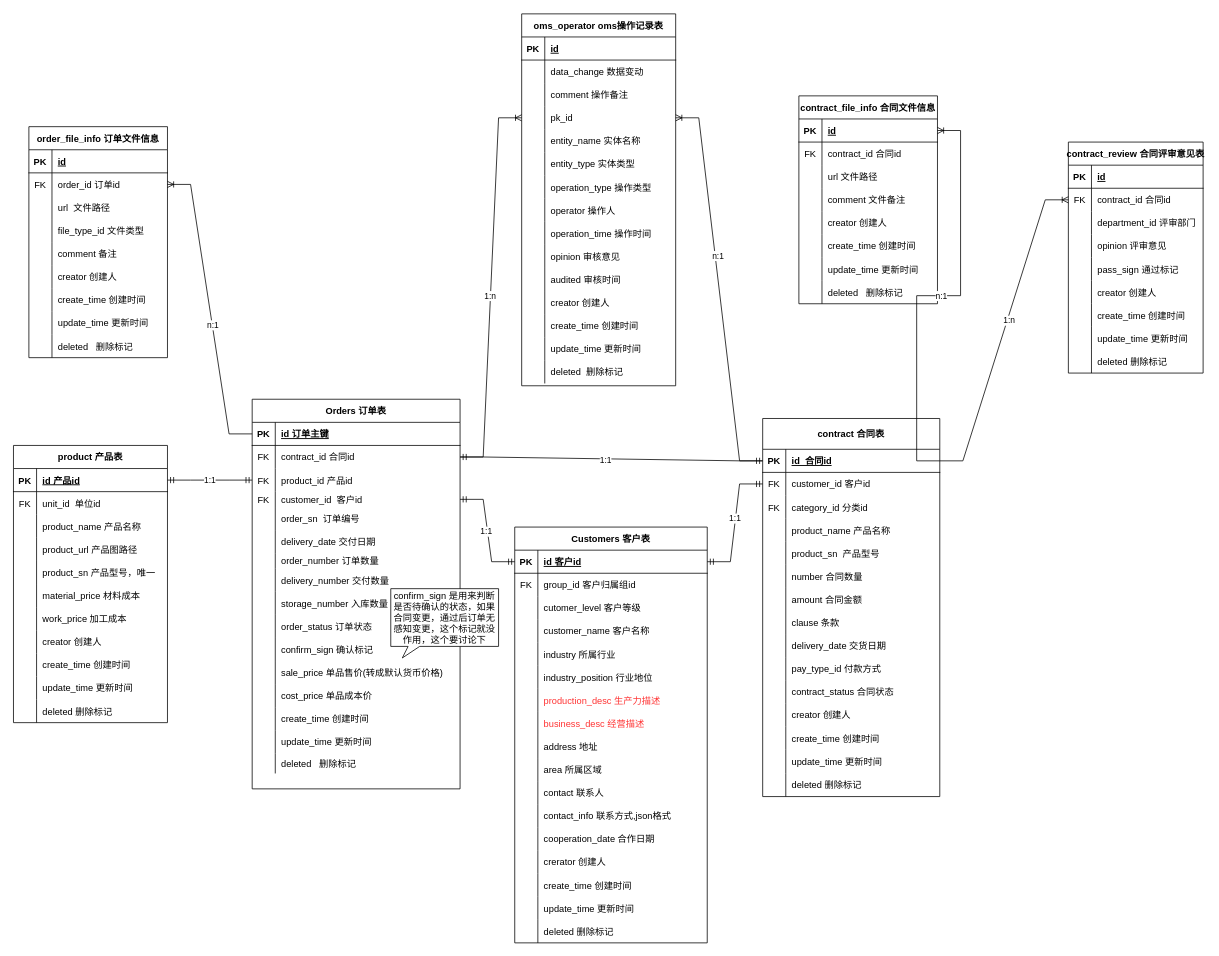
This is OMS/OMS_ER.drawio from Jorwe/UML, a draw.io file, before an edit. Source tidied: cells renumbered, new cells numbered last; positions are measured from the earlier drawing's top-left corner, leaving out a move shared by most shapes. Both pictures are drawn from the tidied source at 77%, with x=0, y=0 at pixel (13, 14).
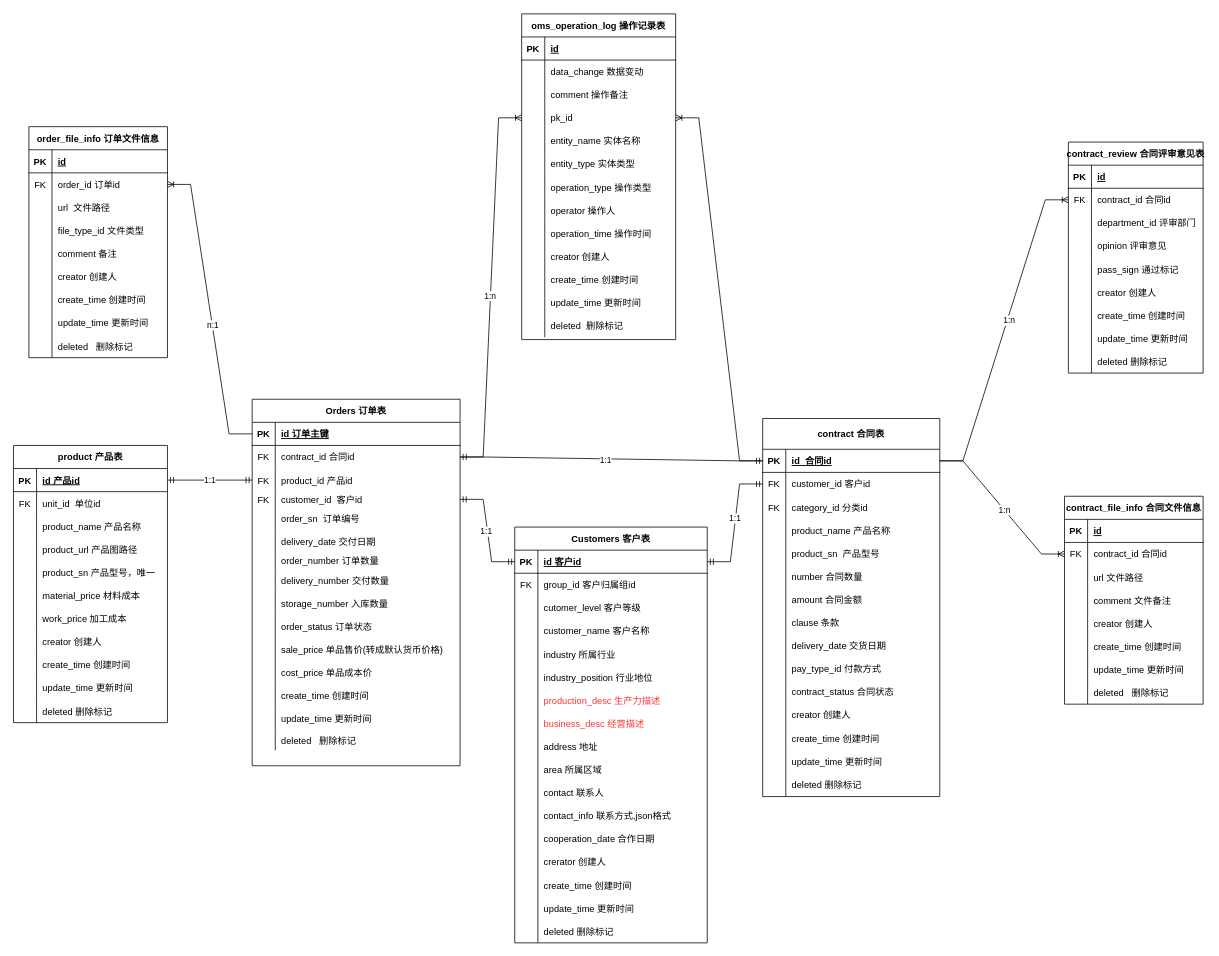
The same page after the edit.

The change refers to these unchanged cells:
```xml
<mxCell id="142" style="shape=tableRow;horizontal=0;startSize=0;swimlaneHead=0;swimlaneBody=0;fillColor=none;points=[[0,0.5],[1,0.5]];portConstraint=eastwest;top=0;left=0;right=0;bottom=1;" parent="141" vertex="1">
  <mxGeometry y="40" width="230" height="30" as="geometry" />
</mxCell>
<mxCell id="297" style="edgeStyle=entityRelationEdgeStyle;fontSize=12;html=1;endArrow=ERoneToMany;rounded=0;entryX=1;entryY=0.5;entryDx=0;entryDy=0;" parent="1" edge="1" source="142" target="231">
  <mxGeometry relative="1" as="geometry" />
</mxCell>
<mxCell id="301" style="shape=tableRow;horizontal=0;startSize=0;swimlaneHead=0;swimlaneBody=0;fillColor=none;points=[[0,0.5],[1,0.5]];portConstraint=eastwest;top=0;left=0;right=0;bottom=1;" parent="300" vertex="1">
  <mxGeometry y="30" width="180" height="30" as="geometry" />
</mxCell>
<mxCell id="304" style="shape=tableRow;horizontal=0;startSize=0;swimlaneHead=0;swimlaneBody=0;fillColor=none;points=[[0,0.5],[1,0.5]];portConstraint=eastwest;top=0;left=0;right=0;bottom=0;" parent="300" vertex="1">
  <mxGeometry y="60" width="180" height="30" as="geometry" />
</mxCell>
```

What changed in the source:
```diff
@@
     <mxCell id="88" value="Orders 订单表" style="shape=table;startSize=30;childLayout=tableLayout;rowLines=0;fontStyle=1;align=center;" parent="1" vertex="1">
-      <mxGeometry x="310" y="500" width="270" height="506" as="geometry" />
+      <mxGeometry x="310" y="500" width="270" height="476" as="geometry" />
     </mxCell>
@@
-    <mxCell id="119" style="shape=tableRow;horizontal=0;startSize=0;swimlaneHead=0;swimlaneBody=0;fillColor=none;top=0;left=0;right=0;bottom=0;" parent="88" vertex="1">
-      <mxGeometry y="310" width="270" height="30" as="geometry" />
-    </mxCell>
-    <mxCell id="120" style="shape=partialRectangle;fillColor=none;top=0;left=0;bottom=0;right=0;overflow=hidden;" parent="119" vertex="1">
-      <mxGeometry width="30" height="30" as="geometry" />
-    </mxCell>
-    <mxCell id="121" value="confirm_sign 确认标记" style="shape=partialRectangle;fillColor=none;top=0;left=0;bottom=0;right=0;align=left;spacingLeft=6;overflow=hidden;" parent="119" vertex="1">
-      <mxGeometry x="30" width="240" height="30" as="geometry" />
-    </mxCell>
     <mxCell id="122" style="shape=tableRow;horizontal=0;startSize=0;swimlaneHead=0;swimlaneBody=0;fillColor=none;top=0;left=0;right=0;bottom=0;" parent="88" vertex="1">
-      <mxGeometry y="340" width="270" height="30" as="geometry" />
+      <mxGeometry y="310" width="270" height="30" as="geometry" />
     </mxCell>
@@
     <mxCell id="125" style="shape=tableRow;horizontal=0;startSize=0;swimlaneHead=0;swimlaneBody=0;fillColor=none;top=0;left=0;right=0;bottom=0;" parent="88" vertex="1">
-      <mxGeometry y="370" width="270" height="30" as="geometry" />
+      <mxGeometry y="340" width="270" height="30" as="geometry" />
     </mxCell>
@@
     <mxCell id="128" style="shape=tableRow;horizontal=0;startSize=0;swimlaneHead=0;swimlaneBody=0;fillColor=none;top=0;left=0;right=0;bottom=0;" parent="88" vertex="1">
-      <mxGeometry y="400" width="270" height="30" as="geometry" />
+      <mxGeometry y="370" width="270" height="30" as="geometry" />
     </mxCell>
@@
     <mxCell id="131" style="shape=tableRow;horizontal=0;startSize=0;swimlaneHead=0;swimlaneBody=0;fillColor=none;top=0;left=0;right=0;bottom=0;" parent="88" vertex="1">
-      <mxGeometry y="430" width="270" height="30" as="geometry" />
+      <mxGeometry y="400" width="270" height="30" as="geometry" />
     </mxCell>
@@
     <mxCell id="134" style="shape=tableRow;horizontal=0;startSize=0;swimlaneHead=0;swimlaneBody=0;fillColor=none;top=0;left=0;right=0;bottom=0;" parent="88" vertex="1">
-      <mxGeometry y="460" width="270" height="26" as="geometry" />
+      <mxGeometry y="430" width="270" height="26" as="geometry" />
     </mxCell>
@@
-    <mxCell id="221" value="oms_operator oms操作记录表" style="shape=table;startSize=30;childLayout=tableLayout;rowLines=0;fontStyle=1;align=center;" parent="1" vertex="1">
-      <mxGeometry x="660" y="-0.5" width="200" height="483" as="geometry" />
+    <mxCell id="221" value="oms_operation_log 操作记录表" style="shape=table;startSize=30;childLayout=tableLayout;rowLines=0;fontStyle=1;align=center;" parent="1" vertex="1">
+      <mxGeometry x="660" y="-0.5" width="200" height="423" as="geometry" />
     </mxCell>
@@
-    <mxCell id="249" style="shape=tableRow;horizontal=0;startSize=0;swimlaneHead=0;swimlaneBody=0;fillColor=none;top=0;left=0;right=0;bottom=0;" parent="221" vertex="1">
-      <mxGeometry y="300" width="200" height="30" as="geometry" />
-    </mxCell>
-    <mxCell id="250" style="shape=partialRectangle;fillColor=none;top=0;left=0;bottom=0;right=0;overflow=hidden;" parent="249" vertex="1">
-      <mxGeometry width="30" height="30" as="geometry" />
-    </mxCell>
-    <mxCell id="251" value="opinion 审核意见" style="shape=partialRectangle;fillColor=none;top=0;left=0;bottom=0;right=0;align=left;spacingLeft=6;overflow=hidden;" parent="249" vertex="1">
-      <mxGeometry x="30" width="170" height="30" as="geometry" />
-    </mxCell>
-    <mxCell id="252" style="shape=tableRow;horizontal=0;startSize=0;swimlaneHead=0;swimlaneBody=0;fillColor=none;top=0;left=0;right=0;bottom=0;" parent="221" vertex="1">
-      <mxGeometry y="330" width="200" height="30" as="geometry" />
-    </mxCell>
-    <mxCell id="253" style="shape=partialRectangle;fillColor=none;top=0;left=0;bottom=0;right=0;overflow=hidden;" parent="252" vertex="1">
-      <mxGeometry width="30" height="30" as="geometry" />
-    </mxCell>
-    <mxCell id="254" value="audited 审核时间" style="shape=partialRectangle;fillColor=none;top=0;left=0;bottom=0;right=0;align=left;spacingLeft=6;overflow=hidden;" parent="252" vertex="1">
-      <mxGeometry x="30" width="170" height="30" as="geometry" />
-    </mxCell>
     <mxCell id="255" style="shape=tableRow;horizontal=0;startSize=0;swimlaneHead=0;swimlaneBody=0;fillColor=none;top=0;left=0;right=0;bottom=0;" parent="221" vertex="1">
-      <mxGeometry y="360" width="200" height="30" as="geometry" />
+      <mxGeometry y="300" width="200" height="30" as="geometry" />
     </mxCell>
@@
     <mxCell id="258" style="shape=tableRow;horizontal=0;startSize=0;swimlaneHead=0;swimlaneBody=0;fillColor=none;top=0;left=0;right=0;bottom=0;" parent="221" vertex="1">
-      <mxGeometry y="390" width="200" height="30" as="geometry" />
+      <mxGeometry y="330" width="200" height="30" as="geometry" />
     </mxCell>
@@
     <mxCell id="261" style="shape=tableRow;horizontal=0;startSize=0;swimlaneHead=0;swimlaneBody=0;fillColor=none;top=0;left=0;right=0;bottom=0;" parent="221" vertex="1">
-      <mxGeometry y="420" width="200" height="30" as="geometry" />
+      <mxGeometry y="360" width="200" height="30" as="geometry" />
     </mxCell>
@@
     <mxCell id="264" style="shape=tableRow;horizontal=0;startSize=0;swimlaneHead=0;swimlaneBody=0;fillColor=none;top=0;left=0;right=0;bottom=0;" parent="221" vertex="1">
-      <mxGeometry y="450" width="200" height="30" as="geometry" />
+      <mxGeometry y="390" width="200" height="30" as="geometry" />
     </mxCell>
@@
-    <mxCell id="298" value="n:1" style="edgeLabel;html=1;align=center;verticalAlign=middle;" parent="297" vertex="1">
-      <mxGeometry x="0.17" y="-4" relative="1" as="geometry">
-        <mxPoint x="-1" as="offset" />
-      </mxGeometry>
-    </mxCell>
-    <mxCell id="299" value="confirm_sign 是用来判断是否待确认的状态，如果合同变更，通过后订单无感知变更，这个标记就没作用，这个要讨论下" style="whiteSpace=wrap;html=1;shape=mxgraph.basic.rectCallout;dx=30;dy=15;boundedLbl=1;" parent="1" vertex="1">
-      <mxGeometry x="490" y="746" width="140" height="90" as="geometry" />
-    </mxCell>
     <mxCell id="300" value="contract_file_info 合同文件信息" style="shape=table;startSize=30;childLayout=tableLayout;rowLines=0;fontStyle=1;align=center;" parent="1" vertex="1">
-      <mxGeometry x="1020" y="106" width="180" height="270" as="geometry" />
+      <mxGeometry x="1365" y="626" width="180" height="270" as="geometry" />
     </mxCell>
@@
-    <mxCell id="325" style="edgeStyle=entityRelationEdgeStyle;fontSize=12;html=1;endArrow=ERoneToMany;rounded=0;entryX=1;entryY=0.5;entryDx=0;entryDy=0;exitX=1;exitY=0.5;exitDx=0;exitDy=0;" parent="1" edge="1" source="142" target="301">
+    <mxCell id="325" style="edgeStyle=entityRelationEdgeStyle;fontSize=12;html=1;endArrow=ERoneToMany;rounded=0;exitX=1;exitY=0.5;exitDx=0;exitDy=0;entryX=0;entryY=0.5;entryDx=0;entryDy=0;" parent="1" edge="1" source="142" target="304">
       <mxGeometry relative="1" as="geometry" />
     </mxCell>
-    <mxCell id="326" value="n:1" style="edgeLabel;html=1;align=center;verticalAlign=middle;" parent="325" vertex="1">
-      <mxGeometry x="0.01" relative="1" as="geometry" />
-    </mxCell>
+    <mxCell id="329" value="1:n" style="edgeLabel;html=1;align=center;verticalAlign=middle;" parent="325" vertex="1">
+      <mxGeometry x="0.04" relative="1" as="geometry" />
+    </mxCell>
```
